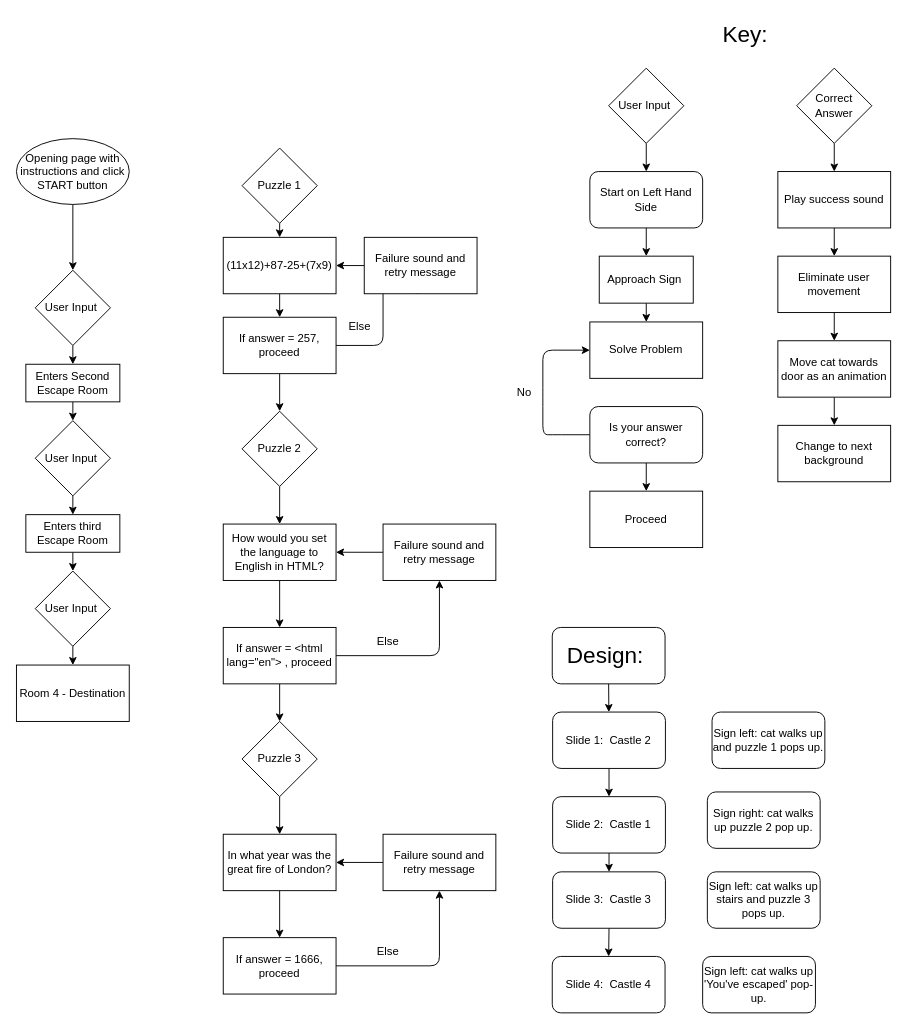
Above: escaperoom.drawio in SchoolOfCode/escape-room-hackathon-room-17 (draw.io), before the change. Source tidied: cells renumbered, new cells numbered last; positions are measured from the earlier drawing's top-left corner, leaving out a move shared by most shapes. Both pictures are drawn from the tidied source at 94%, with x=0, y=0 at pixel (16, 16).
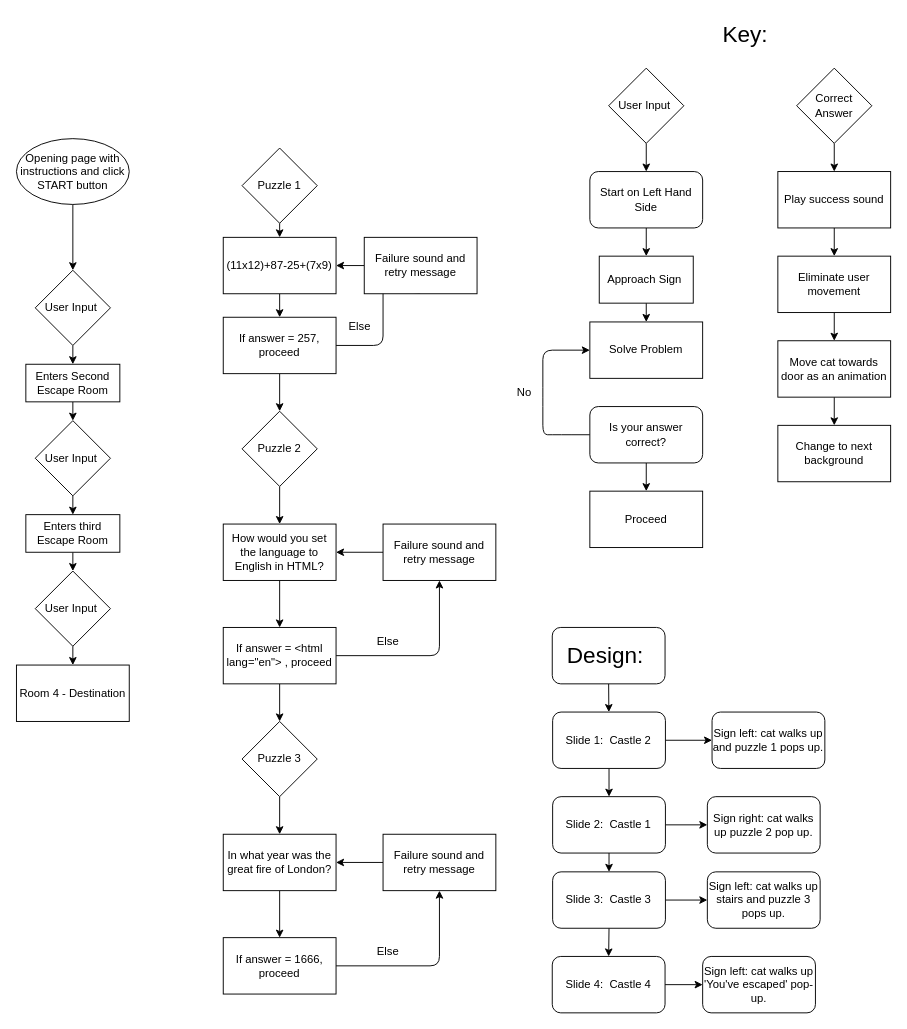
After the change.

Commit message:
flowchart format

Unchanged cells that the change refers to:
```xml
<mxCell id="68" value="Slide 1:&amp;nbsp; Castle 2" style="rounded=1;whiteSpace=wrap;html=1;" parent="1" vertex="1">
  <mxGeometry x="570.4" y="740" width="120" height="60" as="geometry" />
</mxCell>
<mxCell id="70" value="Slide 2:&amp;nbsp; Castle 1" style="rounded=1;whiteSpace=wrap;html=1;" parent="1" vertex="1">
  <mxGeometry x="570.4" y="830" width="120" height="60" as="geometry" />
</mxCell>
<mxCell id="72" value="Slide 3:&amp;nbsp; Castle 3" style="rounded=1;whiteSpace=wrap;html=1;" parent="1" vertex="1">
  <mxGeometry x="570.4" y="910" width="120" height="60" as="geometry" />
</mxCell>
<mxCell id="73" value="Slide 4:&amp;nbsp; Castle 4" style="rounded=1;whiteSpace=wrap;html=1;" parent="1" vertex="1">
  <mxGeometry x="570" y="1000" width="120" height="60" as="geometry" />
</mxCell>
<mxCell id="74" value="Sign left: cat walks up and puzzle 1 pops up." style="rounded=1;whiteSpace=wrap;html=1;" parent="1" vertex="1">
  <mxGeometry x="740" y="740" width="120" height="60" as="geometry" />
</mxCell>
<mxCell id="76" value="Sign left: cat walks up stairs and puzzle 3 pops up." style="rounded=1;whiteSpace=wrap;html=1;" parent="1" vertex="1">
  <mxGeometry x="735" y="910" width="120" height="60" as="geometry" />
</mxCell>
<mxCell id="77" value="Sign left: cat walks up 'You've escaped' pop-up." style="rounded=1;whiteSpace=wrap;html=1;" parent="1" vertex="1">
  <mxGeometry x="730" y="1000" width="120" height="60" as="geometry" />
</mxCell>
```

What changed in the source:
```diff
@@
+    <mxCell id="79" style="edgeStyle=none;html=1;exitX=1;exitY=0.5;exitDx=0;exitDy=0;entryX=0;entryY=0.5;entryDx=0;entryDy=0;fontSize=24;" parent="1" edge="1" source="68" target="74">
+      <mxGeometry relative="1" as="geometry" />
+    </mxCell>
@@
+    <mxCell id="80" style="edgeStyle=none;html=1;exitX=1;exitY=0.5;exitDx=0;exitDy=0;entryX=0;entryY=0.5;entryDx=0;entryDy=0;fontSize=24;" parent="1" edge="1" source="70" target="75">
+      <mxGeometry relative="1" as="geometry" />
+    </mxCell>
@@
+    <mxCell id="81" style="edgeStyle=none;html=1;exitX=1;exitY=0.5;exitDx=0;exitDy=0;entryX=0;entryY=0.5;entryDx=0;entryDy=0;fontSize=24;" parent="1" edge="1" source="72" target="76">
+      <mxGeometry relative="1" as="geometry" />
+    </mxCell>
@@
+    <mxCell id="82" style="edgeStyle=none;html=1;exitX=1;exitY=0.5;exitDx=0;exitDy=0;fontSize=24;" parent="1" edge="1" source="73" target="77">
+      <mxGeometry relative="1" as="geometry" />
+    </mxCell>
@@
     <mxCell id="75" value="Sign right: cat walks up puzzle 2 pop up." style="rounded=1;whiteSpace=wrap;html=1;" parent="1" vertex="1">
-      <mxGeometry x="735" y="825" width="120" height="60" as="geometry" />
+      <mxGeometry x="735" y="830" width="120" height="60" as="geometry" />
     </mxCell>
```
